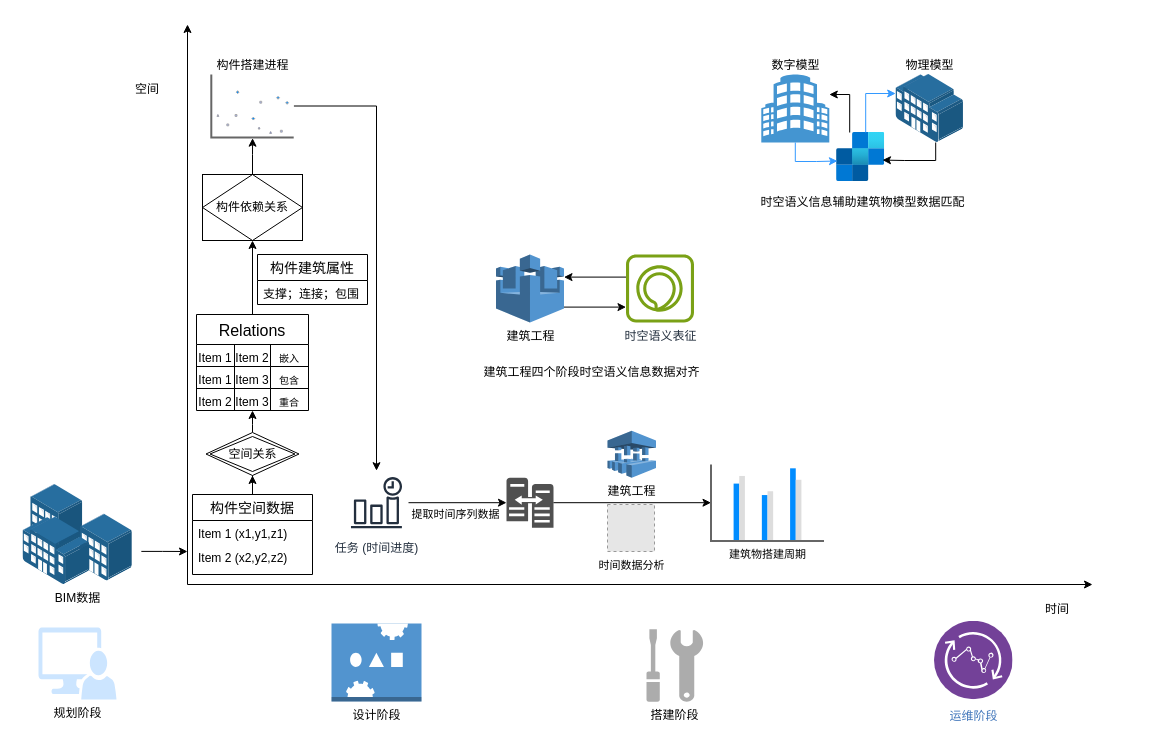
This is new.drawio from Student-WangZhengTao/LLM, a draw.io file, before an edit. Source tidied: cells renumbered, new cells numbered last; positions are measured from the earlier drawing's top-left corner, leaving out a move shared by most shapes. Both pictures are drawn from the tidied source at 100%, with x=0, y=0 at pixel (17, 24). Pictures stored in the file or linked from it are replaced by grey dashed boxes.
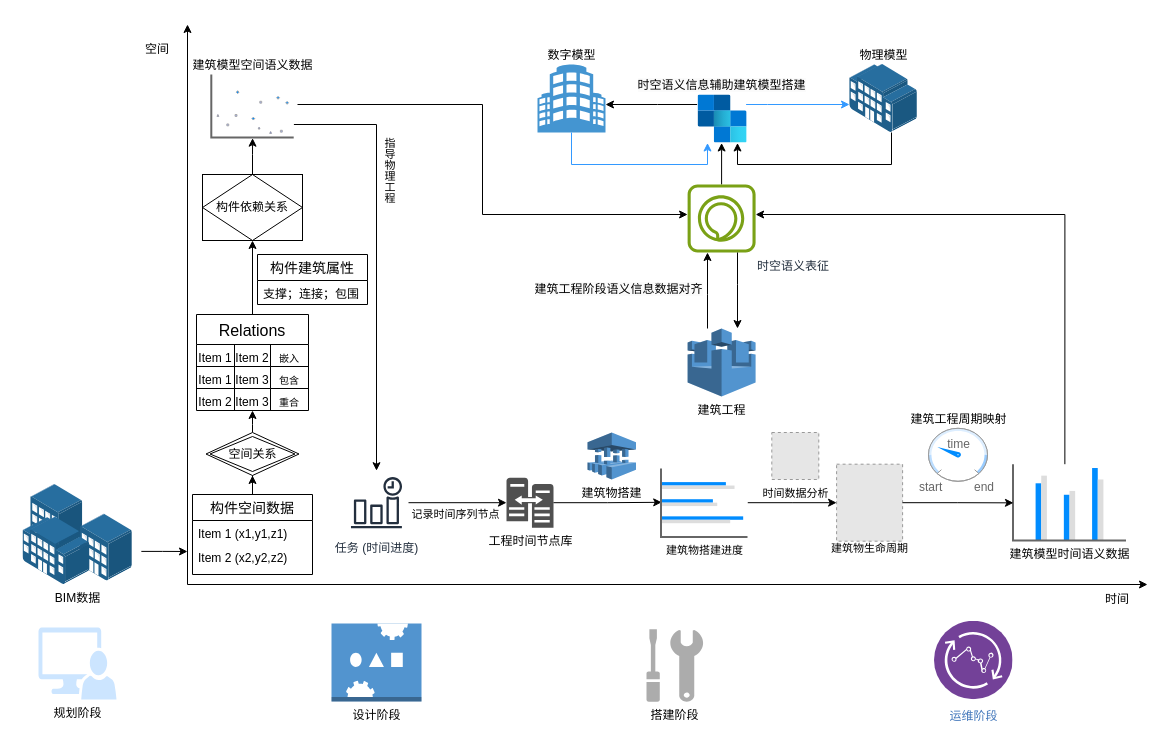
The same diagram, later.

The change refers to these unchanged cells:
```xml
<mxCell id="35" value="任务 (时间进度)" style="sketch=0;outlineConnect=0;fontColor=#232F3E;gradientColor=none;strokeColor=#232F3E;fillColor=#ffffff;dashed=0;verticalLabelPosition=bottom;verticalAlign=top;align=center;html=1;fontSize=12;fontStyle=0;shape=mxgraph.aws4.resourceIcon;resIcon=mxgraph.aws4.event_time_based;" parent="1" vertex="1">
  <mxGeometry x="327" y="446.2" width="64" height="64" as="geometry" />
</mxCell>
<mxCell id="36" style="edgeStyle=orthogonalEdgeStyle;rounded=0;jettySize=auto;html=1;entryX=0;entryY=0.5;entryDx=0;entryDy=0;entryPerimeter=0;" parent="1" edge="1" source="35" target="34">
  <mxGeometry relative="1" as="geometry" />
</mxCell>
```

Change to the diagram source:
```diff
@@
     <mxCell id="2" style="endArrow=classic;html=1;rounded=0;" parent="1" edge="1">
       <mxGeometry relative="1" as="geometry">
         <mxPoint x="170" y="560" as="sourcePoint" />
-        <mxPoint x="1075" y="560" as="targetPoint" />
+        <mxPoint x="1130" y="560" as="targetPoint" />
       </mxGeometry>
     </mxCell>
@@
     <mxCell id="26" value="空间" style="text;html=1;align=center;verticalAlign=middle;whiteSpace=wrap;rounded=0;" parent="1" vertex="1">
-      <mxGeometry x="100" y="50" width="60" height="30" as="geometry" />
+      <mxGeometry x="110" y="10" width="60" height="30" as="geometry" />
     </mxCell>
     <mxCell id="27" value="时间" style="text;html=1;align=center;verticalAlign=middle;whiteSpace=wrap;rounded=0;" parent="1" vertex="1">
-      <mxGeometry x="1010" y="570" width="60" height="30" as="geometry" />
+      <mxGeometry x="1070" y="560" width="60" height="30" as="geometry" />
     </mxCell>
     <mxCell id="28" style="edgeStyle=orthogonalEdgeStyle;rounded=0;jettySize=auto;html=1;" parent="1" edge="1" source="29" target="35">
-      <mxGeometry relative="1" as="geometry" />
+      <mxGeometry relative="1" as="geometry">
+        <Array as="points">
+          <mxPoint x="359" y="100" />
+        </Array>
+      </mxGeometry>
     </mxCell>
+    <mxCell id="59" value="指导物理工程" style="edgeLabel;html=1;align=center;verticalAlign=middle;textDirection=vertical-lr;" parent="28" vertex="1">
+      <mxGeometry x="-0.27" relative="1" as="geometry">
+        <mxPoint x="11" y="-30" as="offset" />
+      </mxGeometry>
+    </mxCell>
+    <mxCell id="60" style="edgeStyle=orthogonalEdgeStyle;rounded=0;jettySize=auto;html=1;" parent="1" edge="1" target="43">
+      <mxGeometry relative="1" as="geometry">
+        <mxPoint x="280" y="80" as="sourcePoint" />
+        <Array as="points">
+          <mxPoint x="465" y="80" />
+          <mxPoint x="465" y="190" />
+          <mxPoint x="704" y="190" />
+        </Array>
+      </mxGeometry>
+    </mxCell>
-    <mxCell id="29" value="构件搭建进程" style="verticalLabelPosition=top;shadow=0;dashed=0;align=center;html=1;verticalAlign=bottom;strokeWidth=1;shape=mxgraph.mockup.graphics.plotChart;strokeColor=none;strokeColor2=#aaaaaa;strokeColor3=#666666;fillColor2=#99aaff,#0022ff,#008cff;labelPosition=center;" parent="1" vertex="1">
+    <mxCell id="29" value="建筑模型空间语义数据" style="verticalLabelPosition=top;shadow=0;dashed=0;align=center;html=1;verticalAlign=bottom;strokeWidth=1;shape=mxgraph.mockup.graphics.plotChart;strokeColor=none;strokeColor2=#aaaaaa;strokeColor3=#666666;fillColor2=#99aaff,#0022ff,#008cff;labelPosition=center;" parent="1" vertex="1">
       <mxGeometry x="193.8" y="50" width="82.4" height="63" as="geometry" />
     </mxCell>
@@
-    <mxCell id="34" style="sketch=0;shadow=0;dashed=0;html=1;strokeColor=none;labelPosition=center;verticalLabelPosition=bottom;verticalAlign=top;align=center;fillColor=#505050;shape=mxgraph.mscae.oms.server_width_changes;" parent="1" vertex="1">
+    <mxCell id="34" value="工程时间节点库" style="sketch=0;shadow=0;dashed=0;html=1;strokeColor=none;labelPosition=center;verticalLabelPosition=bottom;verticalAlign=top;align=center;fillColor=#505050;shape=mxgraph.mscae.oms.server_width_changes;" parent="1" vertex="1">
       <mxGeometry x="489" y="453.2" width="47" height="50" as="geometry" />
     </mxCell>
@@
-    <mxCell id="37" value="提取时间序列数据" style="edgeLabel;html=1;align=center;verticalAlign=middle;" parent="36" vertex="1">
+    <mxCell id="37" value="记录时间序列节点" style="edgeLabel;html=1;align=center;verticalAlign=middle;" parent="36" vertex="1">
       <mxGeometry x="-0.15" relative="1" as="geometry">
         <mxPoint x="4" y="11" as="offset" />
       </mxGeometry>
     </mxCell>
@@
     <mxCell id="39" value="&lt;span style=&quot;font-size: 11px;&quot;&gt;时间数据分析&lt;/span&gt;" style="fillColor=#E6E6E6;strokeColor=#999999;dashed=1;html=1;verticalAlign=top;verticalLabelPosition=bottom;labelBackgroundColor=#ffffff;" parent="1" vertex="1">
-      <mxGeometry x="590" y="480" width="47" height="47" as="geometry" />
+      <mxGeometry x="754.3" y="408" width="47" height="47" as="geometry" />
     </mxCell>
-    <mxCell id="40" style="edgeStyle=orthogonalEdgeStyle;rounded=0;jettySize=auto;html=1;" parent="1" edge="1" source="41" target="43">
+    <mxCell id="40" style="edgeStyle=orthogonalEdgeStyle;rounded=0;jettySize=auto;html=1;exitX=0.459;exitY=0.013;exitDx=0;exitDy=0;exitPerimeter=0;" parent="1" edge="1" source="64" target="43">
       <mxGeometry relative="1" as="geometry">
         <Array as="points">
-          <mxPoint x="578.5" y="282.6" />
-          <mxPoint x="578.5" y="282.6" />
+          <mxPoint x="1047" y="190" />
+          <mxPoint x="704" y="190" />
         </Array>
       </mxGeometry>
     </mxCell>
-    <mxCell id="41" value="建筑工程" style="outlineConnect=0;dashed=0;verticalLabelPosition=bottom;verticalAlign=top;align=center;html=1;shape=mxgraph.aws3.aws_iot;fillColor=#5294CF;gradientColor=none;" parent="1" vertex="1">
-      <mxGeometry x="478.5" y="230" width="68" height="68" as="geometry" />
-    </mxCell>
-    <mxCell id="42" style="edgeStyle=orthogonalEdgeStyle;rounded=0;jettySize=auto;html=1;" parent="1" edge="1" source="43" target="41">
-      <mxGeometry relative="1" as="geometry">
-        <Array as="points">
-          <mxPoint x="578.5" y="252.6" />
-          <mxPoint x="578.5" y="252.6" />
-        </Array>
-      </mxGeometry>
-    </mxCell>
+    <mxCell id="53" value="设计阶段" style="dashed=0;verticalLabelPosition=bottom;verticalAlign=top;align=center;html=1;shape=mxgraph.aws3.servo;fillColor=#5294CF;gradientColor=none;" parent="1" vertex="1">
+      <mxGeometry x="314" y="599" width="90" height="78" as="geometry" />
+    </mxCell>
+    <mxCell id="54" value="构件建筑属性" style="swimlane;fontStyle=0;horizontal=1;startSize=26;align=center;fontSize=14;" parent="1" vertex="1">
+      <mxGeometry x="240" y="230" width="110" height="50" as="geometry" />
+    </mxCell>
+    <mxCell id="55" value="支撑；连接；包围" style="text;strokeColor=none;fillColor=none;spacingLeft=4;spacingRight=4;overflow=hidden;fontSize=12;whiteSpace=wrap;html=1;" parent="54" vertex="1">
+      <mxGeometry y="26" width="110" height="24" as="geometry" />
+    </mxCell>
+    <mxCell id="56" value="建筑物搭建" style="dashed=0;verticalLabelPosition=bottom;verticalAlign=top;align=center;html=1;shape=mxgraph.aws3.server_migration_service;fillColor=#5294CF;gradientColor=none;" parent="1" vertex="1">
+      <mxGeometry x="570" y="408" width="48.5" height="47" as="geometry" />
+    </mxCell>
+    <mxCell id="57" style="edgeStyle=orthogonalEdgeStyle;rounded=0;jettySize=auto;html=1;entryX=0.008;entryY=0.495;entryDx=0;entryDy=0;entryPerimeter=0;" parent="1" edge="1" source="34" target="62">
+      <mxGeometry relative="1" as="geometry" />
+    </mxCell>
+    <mxCell id="61" style="edgeStyle=orthogonalEdgeStyle;rounded=0;jettySize=auto;html=1;entryX=0;entryY=0.5;entryDx=0;entryDy=0;" parent="1" edge="1" source="62" target="63">
+      <mxGeometry relative="1" as="geometry" />
+    </mxCell>
+    <mxCell id="62" value="&lt;span style=&quot;font-size: 11px; background-color: rgb(255, 255, 255);&quot;&gt;建筑物搭建进度&lt;/span&gt;" style="verticalLabelPosition=bottom;shadow=0;dashed=0;align=center;html=1;verticalAlign=top;strokeWidth=1;shape=mxgraph.mockup.graphics.barChart;strokeColor=none;strokeColor2=none;strokeColor3=#666666;fillColor2=#008cff;fillColor3=#dddddd;" parent="1" vertex="1">
+      <mxGeometry x="643.5" y="443.9" width="86.5" height="68.5" as="geometry" />
+    </mxCell>
+    <mxCell id="63" value="&lt;span style=&quot;color: rgb(0, 0, 0); font-weight: 400; background-color: rgb(255, 255, 255);&quot;&gt;建筑物生命周期&lt;/span&gt;" style="fillColor=#E6E6E6;strokeColor=#999999;dashed=1;html=1;verticalAlign=top;labelPosition=center;verticalLabelPosition=bottom;align=center;spacingTop=-6;fontSize=11;fontStyle=1;fontColor=#999999;" parent="1" vertex="1">
+      <mxGeometry x="819.1" y="439.7" width="66" height="77" as="geometry" />
+    </mxCell>
+    <mxCell id="64" value="建筑模型时间语义数据" style="verticalLabelPosition=bottom;shadow=0;dashed=0;align=center;html=1;verticalAlign=top;strokeWidth=1;shape=mxgraph.mockup.graphics.columnChart;strokeColor=none;strokeColor2=none;strokeColor3=#666666;fillColor2=#008cff;fillColor3=#dddddd;" parent="1" vertex="1">
+      <mxGeometry x="995.5" y="439.7" width="113" height="76.4" as="geometry" />
+    </mxCell>
+    <mxCell id="65" style="group;labelPosition=center;verticalLabelPosition=top;align=center;verticalAlign=bottom;" parent="1" vertex="1">
+      <mxGeometry x="900" y="403.8" width="77.5" height="66.2" as="geometry" />
+    </mxCell>
+    <mxCell id="66" value="建筑工程周期映射" style="verticalLabelPosition=top;shadow=0;dashed=0;align=center;html=1;verticalAlign=bottom;strokeWidth=1;shape=mxgraph.mockup.graphics.gauge;fillColor=#ffffff;strokeColor=#999999;gaugePos=25;scaleColors=#bbddff,#ddeeff,#99ccff;gaugeLabels=,,;needleColor=#008cff;labelPosition=center;" parent="65" vertex="1">
+      <mxGeometry x="11" width="59" height="53" as="geometry" />
+    </mxCell>
+    <mxCell id="67" value="time" style="strokeWidth=1;shadow=0;dashed=0;align=center;html=1;shape=mxgraph.mockup.graphics.anchor;fontColor=#666666;" parent="66" vertex="1">
+      <mxGeometry x="14.8" y="10.6" width="29.5" height="10.6" as="geometry" />
+    </mxCell>
+    <mxCell id="68" value="start" style="strokeWidth=1;shadow=0;dashed=0;align=center;html=1;shape=mxgraph.mockup.graphics.anchor;align=left;fontColor=#666666;" parent="65" vertex="1">
+      <mxGeometry y="53" width="34.5" height="13.2" as="geometry" />
+    </mxCell>
+    <mxCell id="69" value="end" style="strokeWidth=1;shadow=0;dashed=0;align=center;html=1;shape=mxgraph.mockup.graphics.anchor;align=right;fontColor=#666666;" parent="65" vertex="1">
+      <mxGeometry x="43" y="53" width="34.5" height="13.2" as="geometry" />
+    </mxCell>
+    <mxCell id="70" style="edgeStyle=orthogonalEdgeStyle;rounded=0;jettySize=auto;html=1;entryX=0.004;entryY=0.506;entryDx=0;entryDy=0;entryPerimeter=0;" parent="1" edge="1" source="63" target="64">
+      <mxGeometry relative="1" as="geometry" />
+    </mxCell>
+    <mxCell id="71" style="group;" parent="1" vertex="1">
+      <mxGeometry x="520" y="40" width="380" height="332" as="geometry" />
+    </mxCell>
+    <mxCell id="72" style="edgeStyle=orthogonalEdgeStyle;rounded=0;jettySize=auto;html=1;" parent="71" edge="1" source="43" target="47">
+      <mxGeometry relative="1" as="geometry" />
+    </mxCell>
-    <mxCell id="43" value="时空语义表征" style="sketch=0;outlineConnect=0;fontColor=#232F3E;gradientColor=none;fillColor=#7AA116;strokeColor=none;dashed=0;verticalLabelPosition=bottom;verticalAlign=top;align=center;html=1;fontSize=12;fontStyle=0;shape=mxgraph.aws4.alexa_skill;" parent="1" vertex="1">
-      <mxGeometry x="608.5" y="230" width="68" height="68" as="geometry" />
+    <mxCell id="43" value="时空语义表征" style="sketch=0;outlineConnect=0;fontColor=#232F3E;gradientColor=none;fillColor=#7AA116;strokeColor=none;dashed=0;verticalLabelPosition=bottom;verticalAlign=top;align=left;html=1;fontSize=12;fontStyle=0;shape=mxgraph.aws4.alexa_skill;labelPosition=right;" parent="71" vertex="1">
+      <mxGeometry x="150.1" y="120" width="68" height="68" as="geometry" />
     </mxCell>
-    <mxCell id="44" value="建筑工程四个阶段时空语义信息数据对齐" style="text;html=1;align=center;verticalAlign=middle;strokeColor=none;fillColor=none;" parent="1" vertex="1">
-      <mxGeometry x="453.5" y="332.6" width="240" height="30" as="geometry" />
-    </mxCell>
-    <mxCell id="45" value="数字模型" style="shadow=0;dashed=0;html=1;strokeColor=none;fillColor=#4495D1;labelPosition=center;verticalLabelPosition=top;verticalAlign=bottom;align=center;outlineConnect=0;shape=mxgraph.veeam.building;" parent="1" vertex="1">
-      <mxGeometry x="743.8" y="50" width="68" height="68" as="geometry" />
+    <mxCell id="45" value="数字模型" style="shadow=0;dashed=0;html=1;strokeColor=none;fillColor=#4495D1;labelPosition=center;verticalLabelPosition=top;verticalAlign=bottom;align=center;outlineConnect=0;shape=mxgraph.veeam.building;" parent="71" vertex="1">
+      <mxGeometry width="68" height="68" as="geometry" />
     </mxCell>
-    <mxCell id="46" value="物理模型" style="image;points=[];html=1;align=center;shadow=0;dashed=0;image=img/lib/allied_telesis/buildings/Large_Building.svg;labelPosition=center;verticalLabelPosition=top;verticalAlign=bottom;" parent="1" vertex="1">
-      <mxGeometry x="878.2" y="50" width="68" height="68" as="geometry" />
+    <mxCell id="46" value="物理模型" style="image;points=[];html=1;align=center;shadow=0;dashed=0;image=img/lib/allied_telesis/buildings/Large_Building.svg;labelPosition=center;verticalLabelPosition=top;verticalAlign=bottom;" parent="71" vertex="1">
+      <mxGeometry x="312" width="68" height="68" as="geometry" />
     </mxCell>
-    <mxCell id="47" style="image;html=1;points=[];align=center;fontSize=12;image=img/lib/azure2/integration/SendGrid_Accounts.svg;" parent="1" vertex="1">
-      <mxGeometry x="819.1" y="108" width="48.1" height="49" as="geometry" />
+    <mxCell id="47" value="&lt;span style=&quot;background-color: rgb(251, 251, 251);&quot;&gt;时空语义信息辅助建筑模型搭建&lt;/span&gt;" style="image;html=1;points=[];align=center;fontSize=12;image=img/lib/azure2/integration/SendGrid_Accounts.svg;labelPosition=center;verticalLabelPosition=top;verticalAlign=bottom;direction=south;" parent="71" vertex="1">
+      <mxGeometry x="159.6" y="30.4" width="49" height="48.1" as="geometry" />
     </mxCell>
-    <mxCell id="48" style="edgeStyle=orthogonalEdgeStyle;rounded=0;jettySize=auto;html=1;entryX=0.018;entryY=0.582;entryDx=0;entryDy=0;entryPerimeter=0;strokeColor=#3399FF;" parent="1" edge="1" source="45" target="47">
+    <mxCell id="48" style="edgeStyle=orthogonalEdgeStyle;rounded=0;jettySize=auto;html=1;strokeColor=#3399FF;" parent="71" edge="1" source="45" target="47">
       <mxGeometry relative="1" as="geometry">
         <Array as="points">
-          <mxPoint x="778.2" y="137" />
-          <mxPoint x="799.2" y="137" />
+          <mxPoint x="34" y="100" />
+          <mxPoint x="170" y="100" />
         </Array>
       </mxGeometry>
     </mxCell>
-    <mxCell id="49" style="edgeStyle=orthogonalEdgeStyle;rounded=0;jettySize=auto;html=1;strokeColor=#3399ff;" parent="1" edge="1" source="47" target="46">
+    <mxCell id="49" style="edgeStyle=orthogonalEdgeStyle;rounded=0;jettySize=auto;html=1;strokeColor=#3399ff;" parent="71" edge="1" source="47" target="46">
       <mxGeometry relative="1" as="geometry">
         <Array as="points">
-          <mxPoint x="848.2" y="69" />
+          <mxPoint x="230" y="40" />
+          <mxPoint x="230" y="40" />
         </Array>
       </mxGeometry>
     </mxCell>
-    <mxCell id="50" style="edgeStyle=orthogonalEdgeStyle;rounded=0;jettySize=auto;html=1;entryX=0.954;entryY=0.563;entryDx=0;entryDy=0;entryPerimeter=0;" parent="1" edge="1" source="46" target="47">
+    <mxCell id="50" style="edgeStyle=orthogonalEdgeStyle;rounded=0;jettySize=auto;html=1;" parent="71" edge="1" source="46" target="47">
       <mxGeometry relative="1" as="geometry">
         <Array as="points">
-          <mxPoint x="918.2" y="136" />
-          <mxPoint x="887.2" y="136" />
+          <mxPoint x="354" y="100" />
+          <mxPoint x="200" y="100" />
         </Array>
       </mxGeometry>
     </mxCell>
-    <mxCell id="51" style="edgeStyle=orthogonalEdgeStyle;rounded=0;jettySize=auto;html=1;" parent="1" edge="1" source="47" target="45">
+    <mxCell id="51" style="edgeStyle=orthogonalEdgeStyle;rounded=0;jettySize=auto;html=1;" parent="71" edge="1" source="47" target="45">
       <mxGeometry relative="1" as="geometry">
         <Array as="points">
-          <mxPoint x="832.2" y="70" />
+          <mxPoint x="120" y="40" />
+          <mxPoint x="120" y="40" />
         </Array>
       </mxGeometry>
     </mxCell>
-    <mxCell id="52" value="时空语义信息辅助建筑物模型数据匹配" style="text;html=1;align=center;verticalAlign=middle;strokeColor=none;fillColor=none;" parent="1" vertex="1">
-      <mxGeometry x="730" y="163" width="230" height="30" as="geometry" />
-    </mxCell>
-    <mxCell id="53" value="设计阶段" style="dashed=0;verticalLabelPosition=bottom;verticalAlign=top;align=center;html=1;shape=mxgraph.aws3.servo;fillColor=#5294CF;gradientColor=none;" parent="1" vertex="1">
-      <mxGeometry x="314" y="599" width="90" height="78" as="geometry" />
-    </mxCell>
-    <mxCell id="54" value="构件建筑属性" style="swimlane;fontStyle=0;horizontal=1;startSize=26;align=center;fontSize=14;" parent="1" vertex="1">
-      <mxGeometry x="240" y="230" width="110" height="50" as="geometry" />
-    </mxCell>
-    <mxCell id="55" value="支撑；连接；包围" style="text;strokeColor=none;fillColor=none;spacingLeft=4;spacingRight=4;overflow=hidden;fontSize=12;whiteSpace=wrap;html=1;" parent="54" vertex="1">
-      <mxGeometry y="26" width="110" height="24" as="geometry" />
-    </mxCell>
-    <mxCell id="56" value="建筑工程" style="dashed=0;verticalLabelPosition=bottom;verticalAlign=top;align=center;html=1;shape=mxgraph.aws3.server_migration_service;fillColor=#5294CF;gradientColor=none;" parent="1" vertex="1">
-      <mxGeometry x="590" y="406.2" width="48.5" height="47" as="geometry" />
-    </mxCell>
-    <mxCell id="57" style="edgeStyle=orthogonalEdgeStyle;rounded=0;jettySize=auto;html=1;entryX=0;entryY=0.5;entryDx=0;entryDy=0;" parent="1" edge="1" source="34" target="58">
-      <mxGeometry relative="1" as="geometry" />
-    </mxCell>
-    <mxCell id="58" value="&lt;span style=&quot;font-size: 11px; background-color: rgb(255, 255, 255);&quot;&gt;建筑物搭建周期&lt;/span&gt;" style="verticalLabelPosition=bottom;shadow=0;dashed=0;align=center;html=1;verticalAlign=top;strokeWidth=1;shape=mxgraph.mockup.graphics.columnChart;strokeColor=none;strokeColor2=none;strokeColor3=#666666;fillColor2=#008cff;fillColor3=#dddddd;" parent="1" vertex="1">
-      <mxGeometry x="693.5" y="440" width="113" height="76.4" as="geometry" />
-    </mxCell>
+    <mxCell id="73" style="edgeStyle=orthogonalEdgeStyle;rounded=0;jettySize=auto;html=1;" parent="71" edge="1" source="41" target="43">
+      <mxGeometry relative="1" as="geometry">
+        <Array as="points">
+          <mxPoint x="170" y="230" />
+          <mxPoint x="170" y="230" />
+        </Array>
+      </mxGeometry>
+    </mxCell>
+    <mxCell id="74" value="&lt;span style=&quot;font-size: 12px; background-color: rgb(251, 251, 251);&quot;&gt;建筑工程阶段语义信息数据对齐&lt;/span&gt;" style="edgeLabel;html=1;align=center;verticalAlign=middle;" parent="73" vertex="1">
+      <mxGeometry x="-0.21" y="1" relative="1" as="geometry">
+        <mxPoint x="-89" y="-10" as="offset" />
+      </mxGeometry>
+    </mxCell>
+    <mxCell id="41" value="建筑工程" style="outlineConnect=0;dashed=0;verticalLabelPosition=bottom;verticalAlign=top;align=center;html=1;shape=mxgraph.aws3.aws_iot;fillColor=#5294CF;gradientColor=none;" parent="71" vertex="1">
+      <mxGeometry x="150.1" y="264" width="68" height="68" as="geometry" />
+    </mxCell>
+    <mxCell id="42" style="edgeStyle=orthogonalEdgeStyle;rounded=0;jettySize=auto;html=1;" parent="71" edge="1" source="43" target="41">
+      <mxGeometry relative="1" as="geometry">
+        <Array as="points">
+          <mxPoint x="200" y="220" />
+          <mxPoint x="200" y="220" />
+        </Array>
+      </mxGeometry>
+    </mxCell>
```
